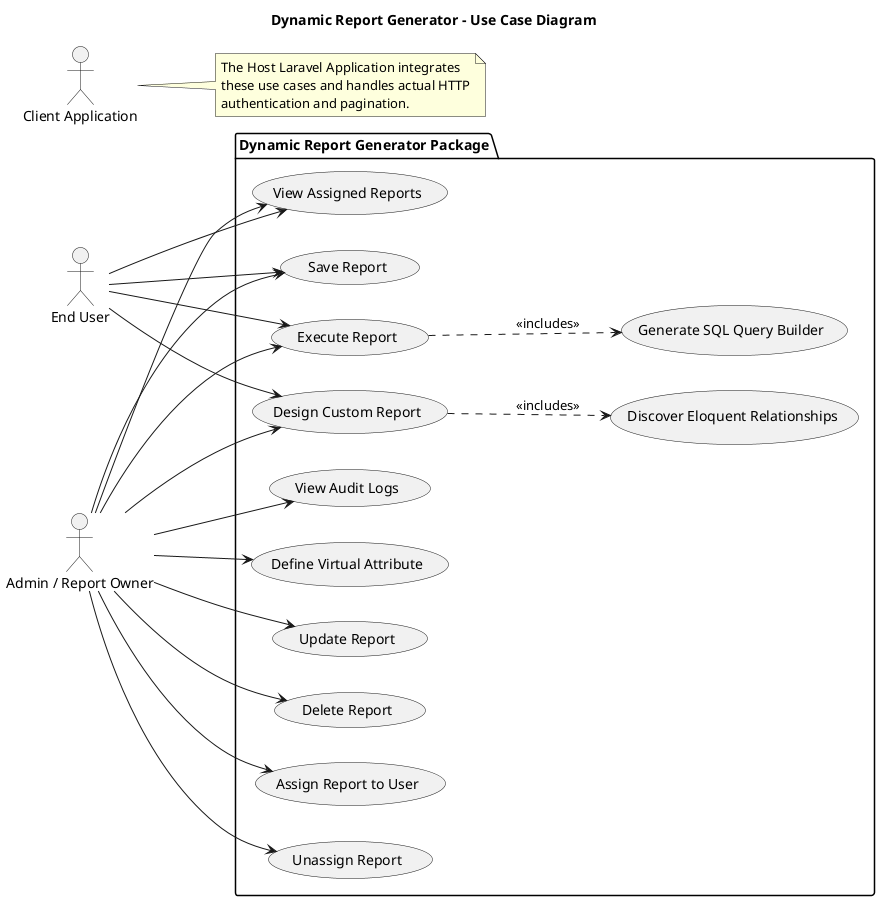
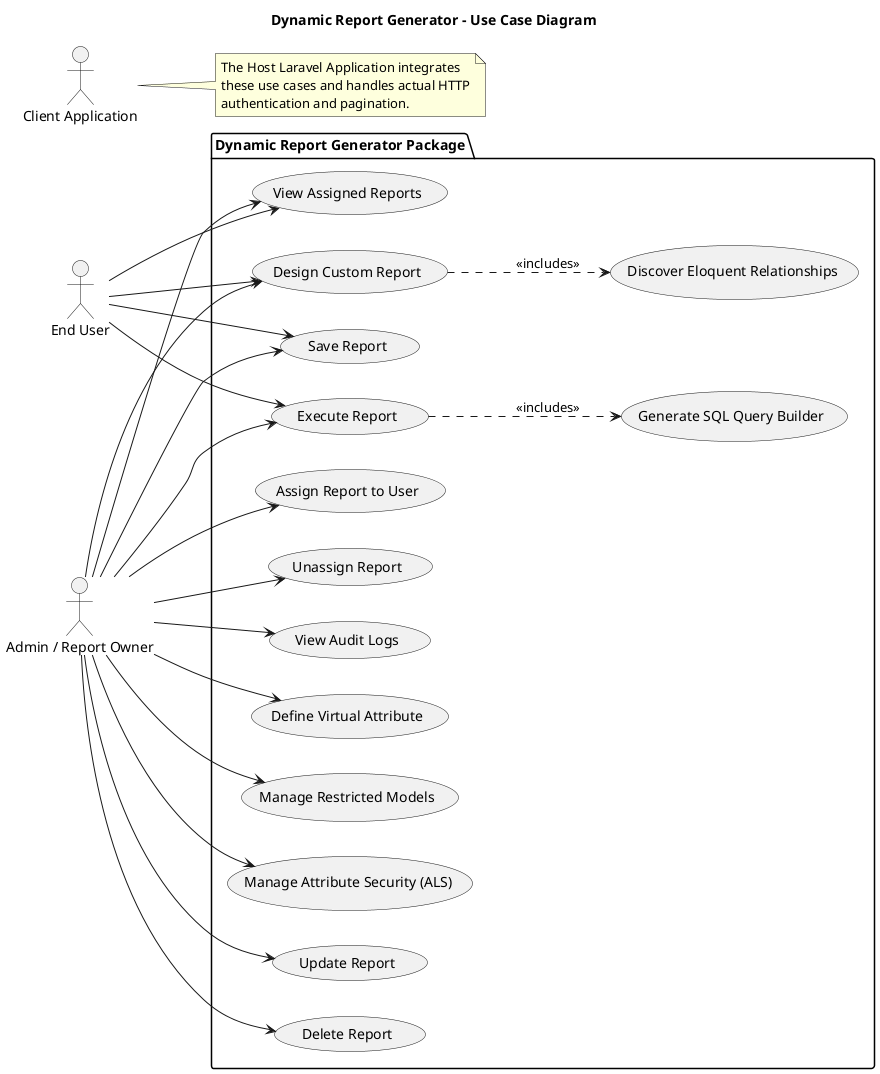
@startuml Use Case Diagram
title Dynamic Report Generator - Use Case Diagram

left to right direction

actor "End User" as User
actor "Admin / Report Owner" as Admin
actor "Client Application" as HostApp

package "Dynamic Report Generator Package" {
  usecase "Design Custom Report" as UC_Design
  usecase "Save Report" as UC_Save
  usecase "Execute Report" as UC_Execute
  usecase "Update Report" as UC_Update
  usecase "Delete Report" as UC_Delete
  usecase "Assign Report to User" as UC_Assign
  usecase "Unassign Report" as UC_Unassign
  usecase "View Assigned Reports" as UC_ViewAssigned
  usecase "View Audit Logs" as UC_Audit

  usecase "Discover Eloquent Relationships" as UC_Discover
  usecase "Generate SQL Query Builder" as UC_Generate

  usecase "Define Virtual Attribute" as UC_DefineVA
+ 
+   usecase "Manage Restricted Models" as UC_RestrictModel
+   usecase "Manage Attribute Security (ALS)" as UC_RestrictAttr
}

User --> UC_Execute
User --> UC_ViewAssigned
User --> UC_Design
User --> UC_Save

Admin --> UC_Execute
Admin --> UC_ViewAssigned
Admin --> UC_Design
Admin --> UC_Save
Admin --> UC_Update
Admin --> UC_Delete
Admin --> UC_Assign
Admin --> UC_Unassign
Admin --> UC_Audit
Admin --> UC_DefineVA
+ Admin --> UC_RestrictModel
+ Admin --> UC_RestrictAttr

UC_Execute ..> UC_Generate : <<includes>>
UC_Design ..> UC_Discover : <<includes>>

note right of HostApp
  The Host Laravel Application integrates
  these use cases and handles actual HTTP
  authentication and pagination.
end note

@enduml
